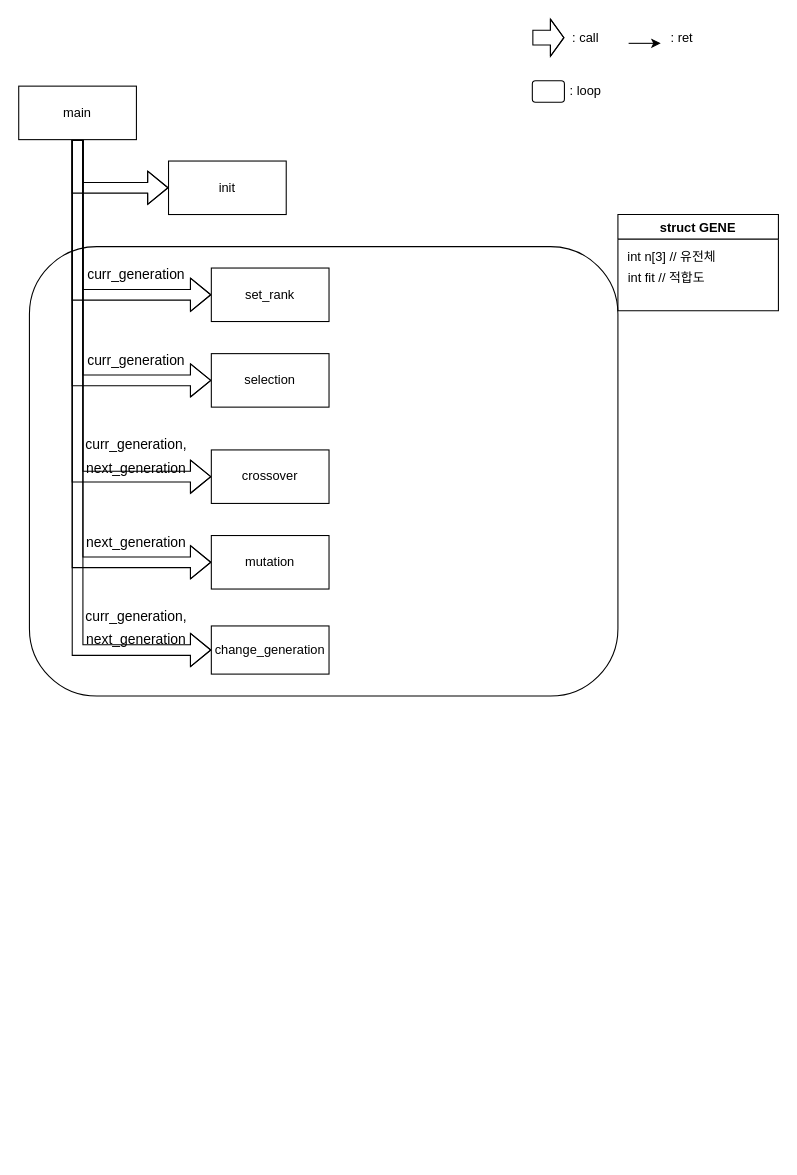
Earlier version of the draw.io diagram GA/main.drawio (fr0g2s/p). Source tidied: cells renumbered, new cells numbered last; positions are measured from the earlier drawing's top-left corner, leaving out a move shared by most shapes. Both pictures are drawn from the tidied source at 107%, with x=0, y=0 at pixel (18, 21).
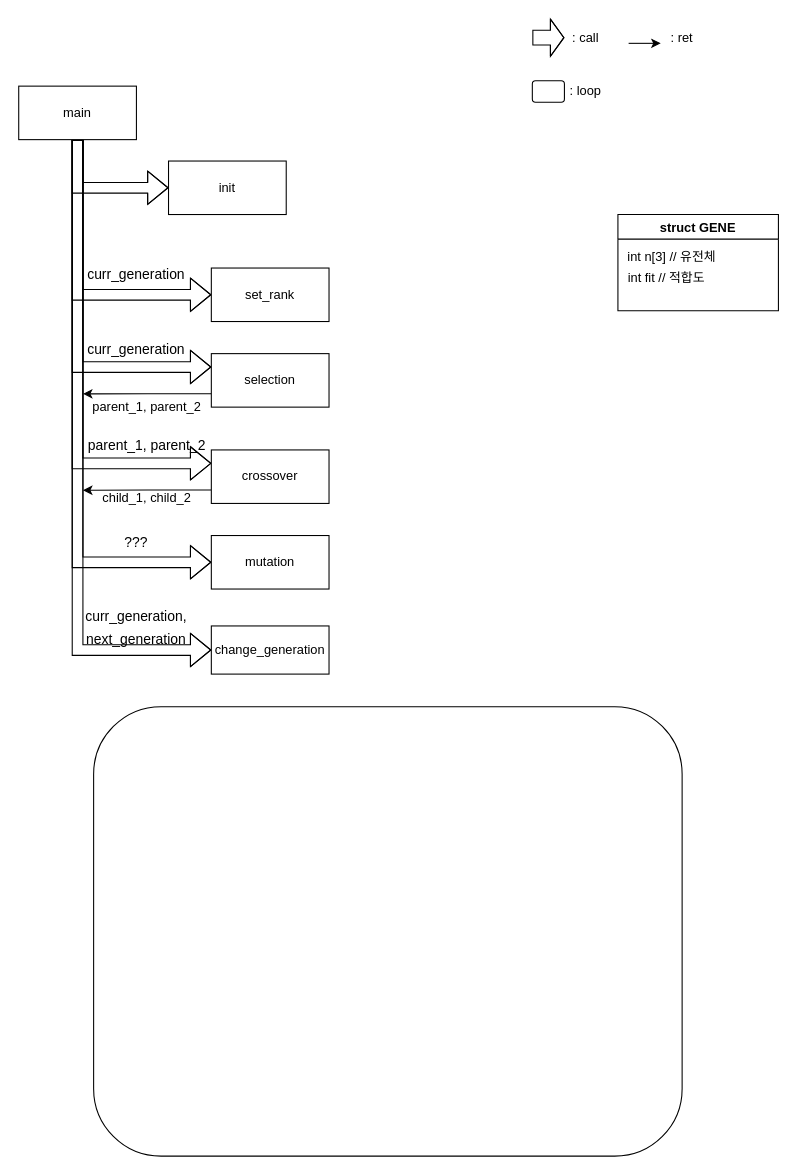
After the change.

The change refers to these unchanged cells:
```xml
<mxCell id="12" value="main" style="rounded=0;whiteSpace=wrap;html=1;" parent="1" vertex="1">
  <mxGeometry y="60" width="110" height="50" as="geometry" />
</mxCell>
<mxCell id="16" value="selection" style="rounded=0;whiteSpace=wrap;html=1;" parent="1" vertex="1">
  <mxGeometry x="180" y="310" width="110" height="50" as="geometry" />
</mxCell>
<mxCell id="17" value="crossover" style="rounded=0;whiteSpace=wrap;html=1;" parent="1" vertex="1">
  <mxGeometry x="180" y="400" width="110" height="50" as="geometry" />
</mxCell>
```

What changed in the source:
```diff
@@
-    <mxCell id="8" style="edgeStyle=orthogonalEdgeStyle;shape=flexArrow;rounded=0;jettySize=auto;html=1;exitX=0.5;exitY=1;exitDx=0;exitDy=0;entryX=0;entryY=0.5;entryDx=0;entryDy=0;" parent="1" edge="1" source="12" target="16">
-      <mxGeometry relative="1" as="geometry" />
-    </mxCell>
-    <mxCell id="9" style="edgeStyle=orthogonalEdgeStyle;shape=flexArrow;rounded=0;jettySize=auto;html=1;entryX=0;entryY=0.5;entryDx=0;entryDy=0;exitX=0.5;exitY=1;exitDx=0;exitDy=0;" parent="1" edge="1" source="12" target="17">
-      <mxGeometry relative="1" as="geometry" />
+    <mxCell id="9" style="edgeStyle=orthogonalEdgeStyle;shape=flexArrow;rounded=0;jettySize=auto;html=1;entryX=0;entryY=0.25;entryDx=0;entryDy=0;exitX=0.5;exitY=1;exitDx=0;exitDy=0;" parent="1" edge="1" source="12" target="17">
+      <mxGeometry relative="1" as="geometry">
+        <Array as="points">
+          <mxPoint x="55" y="413" />
+          <mxPoint x="180" y="413" />
+        </Array>
+      </mxGeometry>
     </mxCell>
@@
+    <mxCell id="8" style="edgeStyle=orthogonalEdgeStyle;rounded=0;jettySize=auto;html=1;exitX=0.5;exitY=1;exitDx=0;exitDy=0;entryX=0;entryY=0.25;entryDx=0;entryDy=0;shape=flexArrow;" parent="1" edge="1" source="12" target="16">
+      <mxGeometry relative="1" as="geometry" />
+    </mxCell>
@@
-    <mxCell id="14" style="rounded=1;whiteSpace=wrap;html=1;fillColor=none;strokeColor=default;shadow=0;sketch=0;glass=1;" parent="1" vertex="1">
-      <mxGeometry x="10" y="210" width="550" height="420" as="geometry" />
+    <mxCell id="14" style="rounded=1;whiteSpace=wrap;html=1;fillColor=none;strokeColor=default;shadow=0;sketch=0;glass=0;" parent="1" vertex="1">
+      <mxGeometry x="70" y="640" width="550" height="420" as="geometry" />
     </mxCell>
@@
+    <mxCell id="30" style="edgeStyle=orthogonalEdgeStyle;rounded=0;jettySize=auto;html=1;exitX=0;exitY=0.75;exitDx=0;exitDy=0;" parent="1" edge="1" source="16">
+      <mxGeometry relative="1" as="geometry">
+        <mxPoint x="60" y="347.6" as="targetPoint" />
+      </mxGeometry>
+    </mxCell>
@@
+    <mxCell id="31" style="edgeStyle=orthogonalEdgeStyle;rounded=0;jettySize=auto;html=1;exitX=0;exitY=0.75;exitDx=0;exitDy=0;" parent="1" edge="1" source="17">
+      <mxGeometry relative="1" as="geometry">
+        <mxPoint x="60" y="437.7" as="targetPoint" />
+      </mxGeometry>
+    </mxCell>
@@
     <mxCell id="22" value="&lt;font style=&quot;font-size: 13px&quot;&gt;curr_generation&lt;/font&gt;" style="text;html=1;strokeColor=none;fillColor=none;align=center;verticalAlign=middle;whiteSpace=wrap;rounded=0;shadow=0;glass=1;sketch=0;fontSize=18;" parent="1" vertex="1">
-      <mxGeometry x="50" y="300" width="120" height="30" as="geometry" />
+      <mxGeometry x="50" y="290" width="120" height="30" as="geometry" />
     </mxCell>
-    <mxCell id="23" value="&lt;font style=&quot;font-size: 13px&quot;&gt;curr_generation, next_generation&lt;/font&gt;" style="text;html=1;strokeColor=none;fillColor=none;align=center;verticalAlign=middle;whiteSpace=wrap;rounded=0;shadow=0;glass=1;sketch=0;fontSize=18;" parent="1" vertex="1">
-      <mxGeometry x="50" y="390" width="120" height="30" as="geometry" />
+    <mxCell id="23" value="&lt;font style=&quot;font-size: 13px&quot;&gt;parent_1, parent_2&lt;/font&gt;" style="text;html=1;strokeColor=none;fillColor=none;align=center;verticalAlign=middle;whiteSpace=wrap;rounded=0;shadow=0;glass=1;sketch=0;fontSize=18;" parent="1" vertex="1">
+      <mxGeometry x="60" y="380" width="120" height="30" as="geometry" />
     </mxCell>
-    <mxCell id="24" value="&lt;font style=&quot;font-size: 13px&quot;&gt;next_generation&lt;/font&gt;" style="text;html=1;strokeColor=none;fillColor=none;align=center;verticalAlign=middle;whiteSpace=wrap;rounded=0;shadow=0;glass=1;sketch=0;fontSize=18;" parent="1" vertex="1">
+    <mxCell id="24" value="&lt;font style=&quot;font-size: 13px&quot;&gt;???&lt;/font&gt;" style="text;html=1;strokeColor=none;fillColor=none;align=center;verticalAlign=middle;whiteSpace=wrap;rounded=0;shadow=0;glass=1;sketch=0;fontSize=18;" parent="1" vertex="1">
       <mxGeometry x="50" y="470" width="120" height="30" as="geometry" />
     </mxCell>
@@
+    <mxCell id="32" value="parent_1, parent_2" style="text;html=1;strokeColor=none;fillColor=none;align=center;verticalAlign=middle;whiteSpace=wrap;rounded=0;glass=0;" parent="1" vertex="1">
+      <mxGeometry x="60" y="350" width="120" height="20" as="geometry" />
+    </mxCell>
+    <mxCell id="33" value="child_1, child_2" style="text;html=1;strokeColor=none;fillColor=none;align=center;verticalAlign=middle;whiteSpace=wrap;rounded=0;glass=0;" parent="1" vertex="1">
+      <mxGeometry x="60" y="430" width="120" height="30" as="geometry" />
+    </mxCell>
```
